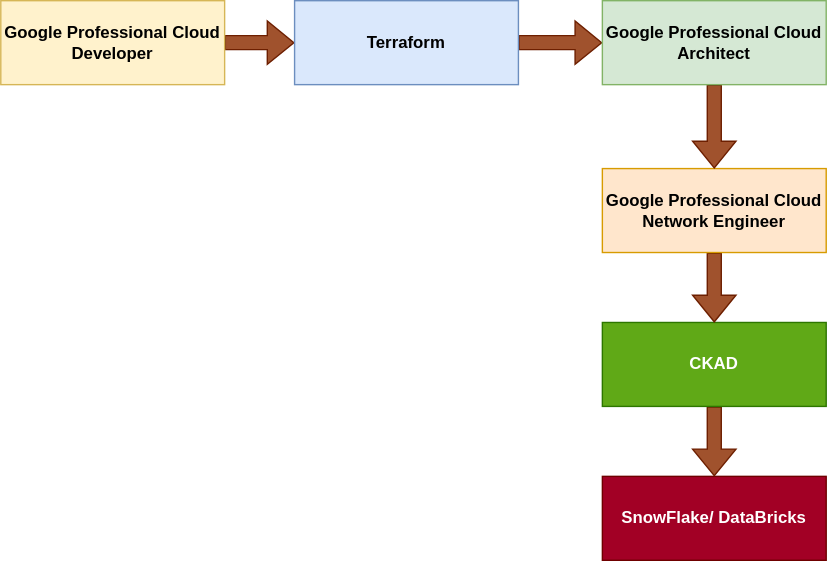
cdgbabies/main-website-frontend keeps this draw.io diagram as public/google_cert.svg. Above is the earlier version. Source tidied: cells renumbered, new cells last; positions are measured from the earlier drawing's top-left corner, leaving out a move shared by most shapes.
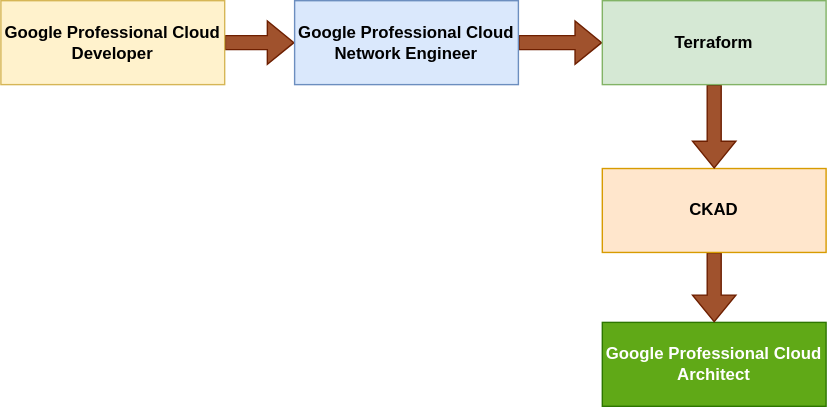
After the change.

What changed in the source:
```diff
@@ -8,31 +8,25 @@
     <mxCell id="3" value="Google Professional Cloud Developer" style="rounded=0;whiteSpace=wrap;html=1;fontStyle=1;fillColor=#fff2cc;strokeColor=#d6b656;" parent="1" vertex="1">
       <mxGeometry width="160" height="60" as="geometry" />
     </mxCell>
-    <mxCell id="4" value="SnowFlake/ DataBricks" style="rounded=0;whiteSpace=wrap;html=1;fontStyle=1;fillColor=#a20025;fontColor=#ffffff;strokeColor=#6F0000;" parent="1" vertex="1">
-      <mxGeometry x="430" y="340" width="160" height="60" as="geometry" />
-    </mxCell>
-    <mxCell id="5" style="edgeStyle=orthogonalEdgeStyle;shape=flexArrow;rounded=0;jettySize=auto;html=1;fillColor=#a0522d;strokeColor=#6D1F00;" parent="1" edge="1" source="6" target="4">
-      <mxGeometry relative="1" as="geometry" />
-    </mxCell>
-    <mxCell id="6" value="CKAD" style="rounded=0;whiteSpace=wrap;html=1;fontStyle=1;fillColor=#60a917;fontColor=#ffffff;strokeColor=#2D7600;" parent="1" vertex="1">
+    <mxCell id="6" value="Google Professional Cloud Architect" style="rounded=0;whiteSpace=wrap;html=1;fontStyle=1;fillColor=#60a917;fontColor=#ffffff;strokeColor=#2D7600;" parent="1" vertex="1">
       <mxGeometry x="430" y="230" width="160" height="60" as="geometry" />
     </mxCell>
     <mxCell id="7" style="edgeStyle=orthogonalEdgeStyle;shape=flexArrow;rounded=0;jettySize=auto;html=1;fillColor=#a0522d;strokeColor=#6D1F00;" parent="1" edge="1" source="8" target="6">
       <mxGeometry relative="1" as="geometry" />
     </mxCell>
-    <mxCell id="8" value="Google Professional Cloud Network Engineer" style="rounded=0;whiteSpace=wrap;html=1;fontStyle=1;fillColor=#ffe6cc;strokeColor=#d79b00;" parent="1" vertex="1">
+    <mxCell id="8" value="CKAD" style="rounded=0;whiteSpace=wrap;html=1;fontStyle=1;fillColor=#ffe6cc;strokeColor=#d79b00;" parent="1" vertex="1">
       <mxGeometry x="430" y="120" width="160" height="60" as="geometry" />
     </mxCell>
     <mxCell id="9" style="edgeStyle=orthogonalEdgeStyle;shape=flexArrow;rounded=0;jettySize=auto;html=1;fillColor=#a0522d;strokeColor=#6D1F00;" parent="1" edge="1" source="10" target="12">
       <mxGeometry relative="1" as="geometry" />
     </mxCell>
-    <mxCell id="10" value="Terraform" style="rounded=0;whiteSpace=wrap;html=1;fontStyle=1;fillColor=#dae8fc;strokeColor=#6c8ebf;" parent="1" vertex="1">
+    <mxCell id="10" value="Google Professional Cloud Network Engineer" style="rounded=0;whiteSpace=wrap;html=1;fontStyle=1;fillColor=#dae8fc;strokeColor=#6c8ebf;" parent="1" vertex="1">
       <mxGeometry x="210" width="160" height="60" as="geometry" />
     </mxCell>
     <mxCell id="11" style="edgeStyle=orthogonalEdgeStyle;shape=flexArrow;rounded=0;jettySize=auto;html=1;fillColor=#a0522d;strokeColor=#6D1F00;" parent="1" edge="1" source="12" target="8">
       <mxGeometry relative="1" as="geometry" />
     </mxCell>
-    <mxCell id="12" value="Google Professional Cloud Architect" style="rounded=0;whiteSpace=wrap;html=1;fontStyle=1;fillColor=#d5e8d4;strokeColor=#82b366;" parent="1" vertex="1">
+    <mxCell id="12" value="Terraform" style="rounded=0;whiteSpace=wrap;html=1;fontStyle=1;fillColor=#d5e8d4;strokeColor=#82b366;" parent="1" vertex="1">
       <mxGeometry x="430" width="160" height="60" as="geometry" />
     </mxCell>
   </root>
```
